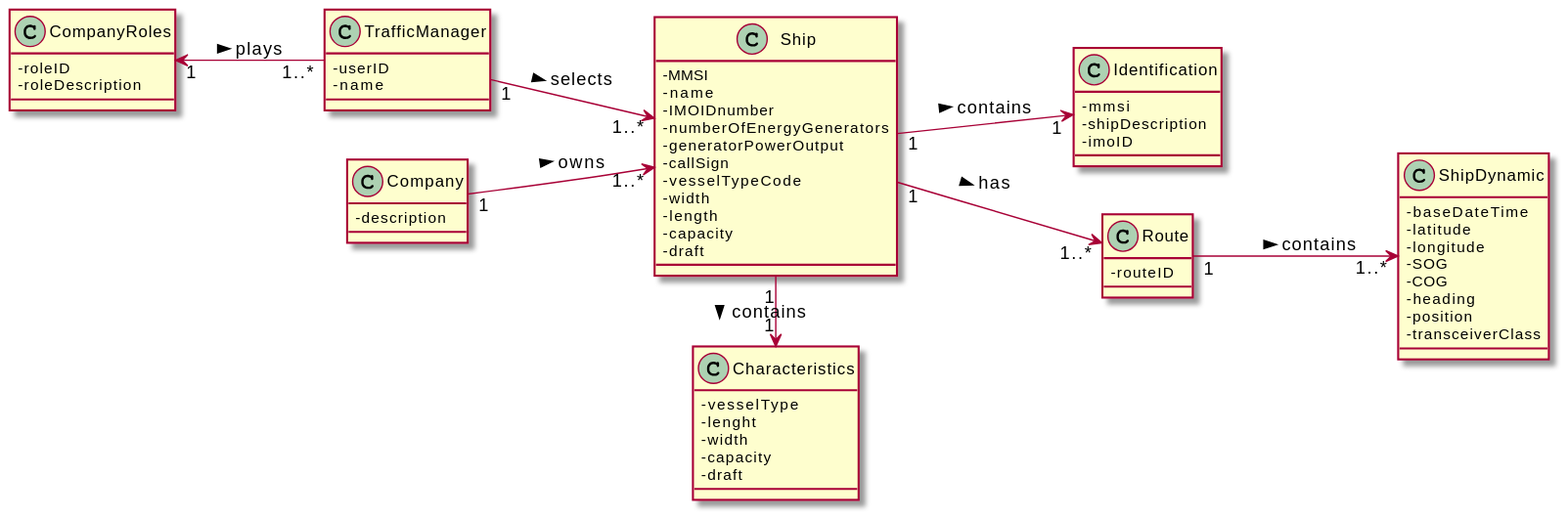
Before: docs/US102/US102_DM.svg, a diagram exported from PlantUML (RuiRioPina/CargoMaster). Source of this version:
```plantuml
@startuml
skinparam classAttributeIconSize 0
left to right direction
class Ship {
-MMSI
-name
-IMOIDnumber
-numberOfEnergyGenerators
-generatorPowerOutput
-callSign
-vesselTypeCode
-width
-length
-capacity
-draft
}

class TrafficManager{
-userID
-name
}
class ShipDynamic{
-baseDateTime
-latitude
-longitude
-SOG
-COG
-heading
-position
-transceiverClass
}

class Company {
-description
}
class Identification{
-mmsi
-shipDescription
-imoID
}

class Characteristics{
-vesselType
-lenght
-width
-capacity
-draft
}
class Route{
-routeID
}


class CompanyRoles {
-roleID
-roleDescription
}
TrafficManager "1" --> "1..*" Ship : selects >
TrafficManager "1..*" -u-> "1" CompanyRoles : plays <
Ship "1" --> "1..*" Route : has >
Ship "1" -r-> "1" Characteristics: contains >
Ship "1" --> "1" Identification: contains >
Route "1" --> "1..*" ShipDynamic : contains >
Company"1" --> "1..*" Ship : owns >
@enduml
```
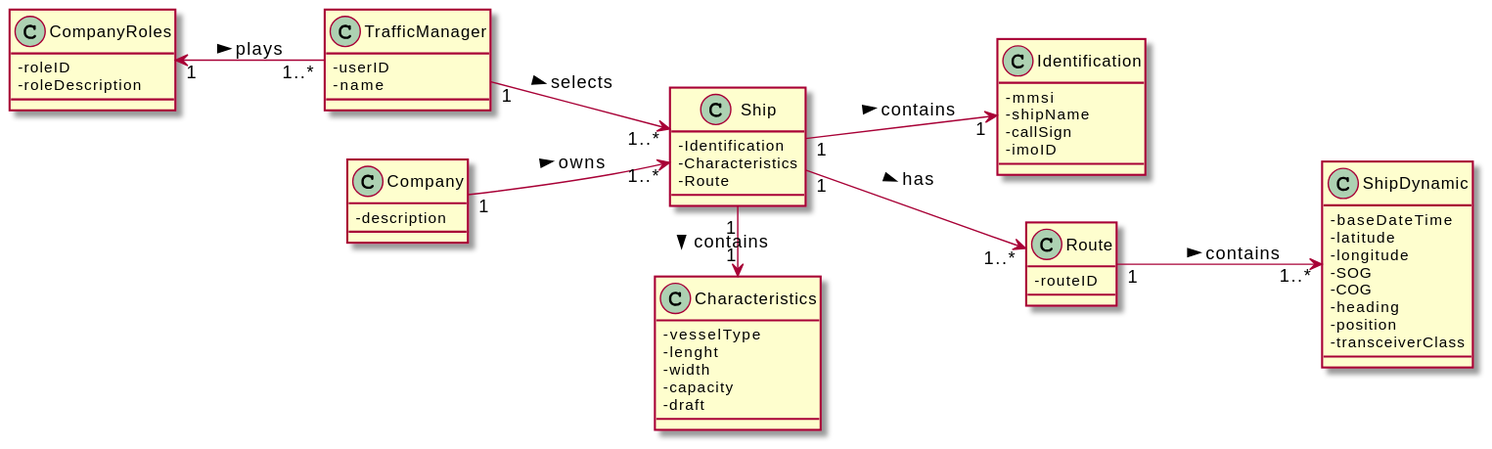
Later version of the same file.

What changed in the source:
```diff
@@ -2,23 +2,18 @@
 skinparam classAttributeIconSize 0
 left to right direction
 class Ship {
--MMSI
--name
--IMOIDnumber
--numberOfEnergyGenerators
--generatorPowerOutput
--callSign
--vesselTypeCode
--width
--length
--capacity
--draft
+-Identification
+-Characteristics
+-Route
 }
 
 class TrafficManager{
 -userID
 -name
 }
+
+
+
 class ShipDynamic{
 -baseDateTime
 -latitude
@@ -35,7 +30,8 @@
 }
 class Identification{
 -mmsi
--shipDescription
+-shipName
+-callSign
 -imoID
 }
 
```
